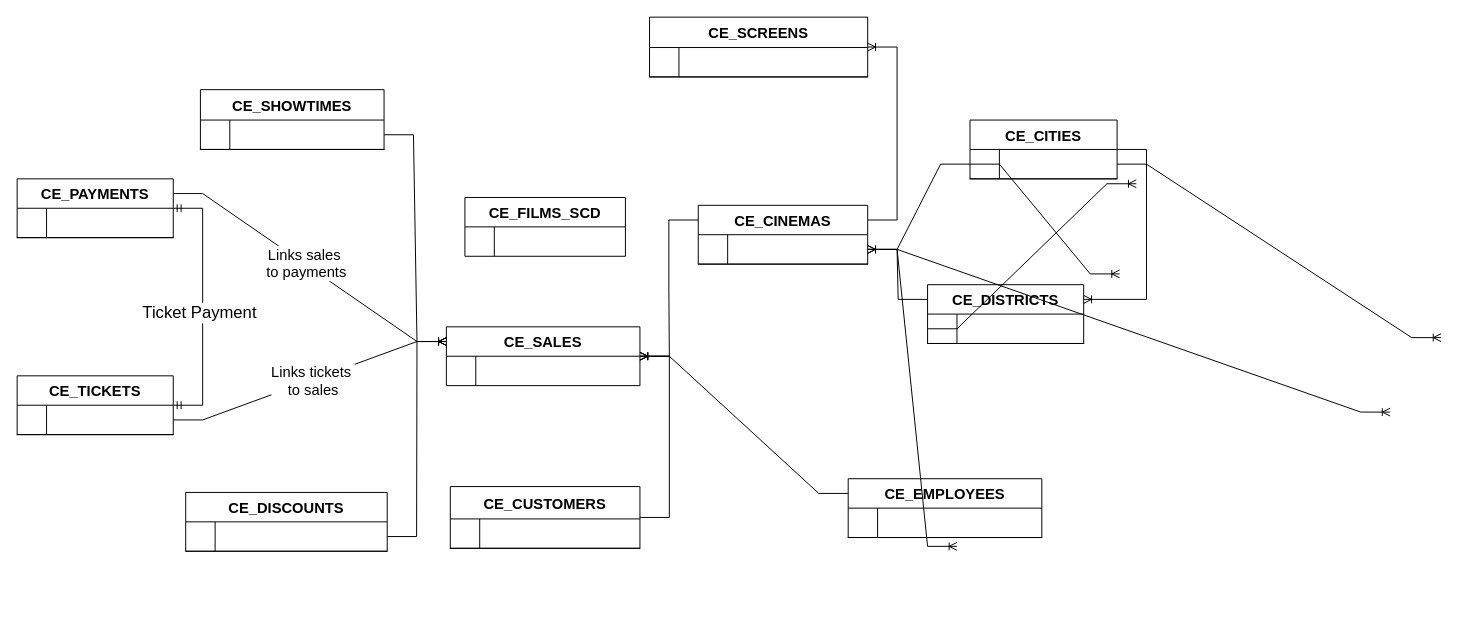
The draw.io diagram Untitled Diagram.drawio in GiorgiEz/DB-modeling, before the edit. Source tidied: cells renumbered, new cells numbered last; positions are measured from the earlier drawing's top-left corner, leaving out a move shared by most shapes. Both pictures are drawn from the tidied source at 98%, with x=0, y=0 at pixel (2, 8).
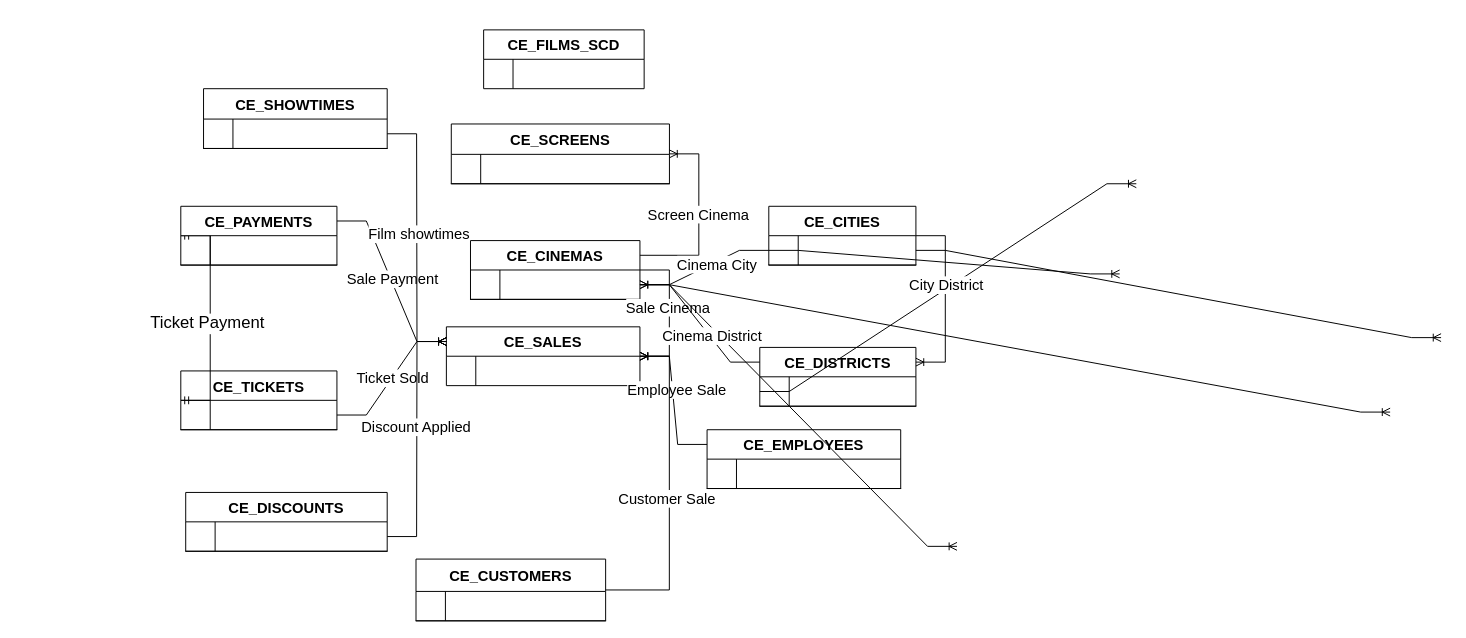
The same page after the edit.

Unchanged cells that the change refers to:
```xml
<mxCell id="7" style="shape=partialRectangle;fillColor=none;points=[[0,0.5],[1,0.5]];portConstraint=eastwest;top=0;left=0;right=0;bottom=1;" parent="6" vertex="1">
  <mxGeometry y="30" width="172.9" height="30" as="geometry" />
</mxCell>
<mxCell id="26" value="CE_SALES" style="shape=table;startSize=30;childLayout=tableLayout;rowLines=0;fontStyle=1;align=center;fontSize=15;" parent="1" vertex="1">
  <mxGeometry x="453" y="325" width="197.5" height="60" as="geometry" />
</mxCell>
<mxCell id="31" style="edgeStyle=entityRelationEdgeStyle;fontSize=12;html=1;endArrow=ERoneToMany;rounded=0;entryX=0;entryY=0.25;entryDx=0;entryDy=0;exitX=1;exitY=0.25;exitDx=0;exitDy=0;" parent="1" edge="1" source="62" target="26">
  <mxGeometry relative="1" as="geometry">
    <Array as="points">
      <mxPoint x="243" y="490" />
      <mxPoint x="307" y="525" />
      <mxPoint x="222" y="498" />
      <mxPoint x="221" y="495" />
    </Array>
  </mxGeometry>
</mxCell>
<mxCell id="33" style="edgeStyle=entityRelationEdgeStyle;fontSize=12;html=1;endArrow=ERoneToMany;rounded=0;exitX=1;exitY=0.5;exitDx=0;exitDy=0;entryX=0;entryY=0.25;entryDx=0;entryDy=0;" parent="1" edge="1" source="15" target="26">
  <mxGeometry relative="1" as="geometry">
    <Array as="points">
      <mxPoint x="253" y="500" />
      <mxPoint x="317" y="535" />
      <mxPoint x="232" y="508" />
      <mxPoint x="231" y="505" />
    </Array>
  </mxGeometry>
</mxCell>
<mxCell id="35" style="edgeStyle=entityRelationEdgeStyle;fontSize=12;html=1;endArrow=ERoneToMany;rounded=0;entryX=0;entryY=0.25;entryDx=0;entryDy=0;exitX=1;exitY=0.5;exitDx=0;exitDy=0;" parent="1" edge="1" source="11" target="26">
  <mxGeometry relative="1" as="geometry">
    <Array as="points">
      <mxPoint x="263" y="510" />
      <mxPoint x="147" y="561" />
      <mxPoint x="327" y="545" />
      <mxPoint x="242" y="518" />
      <mxPoint x="241" y="515" />
    </Array>
  </mxGeometry>
</mxCell>
<mxCell id="36" style="edgeStyle=entityRelationEdgeStyle;fontSize=12;html=1;endArrow=ERoneToMany;rounded=0;exitX=0;exitY=0.25;exitDx=0;exitDy=0;" parent="1" edge="1" source="18" target="26">
  <mxGeometry relative="1" as="geometry">
    <Array as="points">
      <mxPoint x="273" y="520" />
      <mxPoint x="846" y="635" />
      <mxPoint x="832" y="625" />
      <mxPoint x="337" y="555" />
      <mxPoint x="252" y="528" />
      <mxPoint x="251" y="525" />
    </Array>
  </mxGeometry>
</mxCell>
<mxCell id="37" style="edgeStyle=entityRelationEdgeStyle;fontSize=12;html=1;endArrow=ERoneToMany;rounded=0;" parent="1" edge="1" source="22" target="26">
  <mxGeometry relative="1" as="geometry">
    <Array as="points">
      <mxPoint x="283" y="530" />
      <mxPoint x="347" y="565" />
      <mxPoint x="262" y="538" />
      <mxPoint x="261" y="535" />
    </Array>
  </mxGeometry>
</mxCell>
<mxCell id="40" style="shape=partialRectangle;fillColor=none;points=[[0,0.5],[1,0.5]];portConstraint=eastwest;top=0;left=0;right=0;bottom=1;" parent="39" vertex="1">
  <mxGeometry y="30" width="150.1" height="30" as="geometry" />
</mxCell>
<mxCell id="54" style="edgeStyle=entityRelationEdgeStyle;fontSize=12;html=1;endArrow=ERoneToMany;rounded=0;entryX=0;entryY=0.25;entryDx=0;entryDy=0;" parent="1" edge="1" source="49" target="26">
  <mxGeometry relative="1" as="geometry">
    <Array as="points">
      <mxPoint x="253" y="500" />
      <mxPoint x="317" y="531" />
      <mxPoint x="317" y="535" />
      <mxPoint x="232" y="508" />
      <mxPoint x="231" y="505" />
    </Array>
  </mxGeometry>
</mxCell>
<mxCell id="66" style="edgeStyle=entityRelationEdgeStyle;fontSize=12;html=1;endArrow=ERoneToMany;rounded=0;exitX=1;exitY=0.25;exitDx=0;exitDy=0;" parent="1" edge="1" source="6" target="57">
  <mxGeometry relative="1" as="geometry">
    <Array as="points">
      <mxPoint x="243" y="490" />
      <mxPoint x="307" y="525" />
      <mxPoint x="222" y="498" />
      <mxPoint x="221" y="495" />
    </Array>
  </mxGeometry>
</mxCell>
```

What changed in the source:
```diff
@@
     <mxCell id="2" value="CE_FILMS_SCD" style="shape=table;startSize=30;childLayout=tableLayout;rowLines=0;fontStyle=1;align=center;fontSize=15;" parent="1" vertex="1">
-      <mxGeometry x="471.9" y="193" width="163.8" height="60" as="geometry" />
+      <mxGeometry x="491" y="22" width="163.8" height="60" as="geometry" />
     </mxCell>
@@
     <mxCell id="6" value="CE_CINEMAS" style="shape=table;startSize=30;childLayout=tableLayout;rowLines=0;fontStyle=1;align=center;fontSize=15;" parent="1" vertex="1">
-      <mxGeometry x="710" y="201" width="172.9" height="60" as="geometry" />
+      <mxGeometry x="477.6" y="237" width="172.9" height="60" as="geometry" />
     </mxCell>
@@
     <mxCell id="14" value="CE_TICKETS" style="shape=table;startSize=30;childLayout=tableLayout;rowLines=0;fontStyle=1;align=center;fontSize=15;" parent="1" vertex="1">
-      <mxGeometry x="15" y="375" width="159.3" height="60" as="geometry" />
+      <mxGeometry x="182" y="370" width="159.3" height="60" as="geometry" />
     </mxCell>
@@
     <mxCell id="18" value="CE_EMPLOYEES" style="shape=table;startSize=30;childLayout=tableLayout;rowLines=0;fontStyle=1;align=center;fontSize=15;" parent="1" vertex="1">
-      <mxGeometry x="863" y="480" width="197.6" height="60" as="geometry" />
+      <mxGeometry x="719" y="430" width="197.6" height="60" as="geometry" />
     </mxCell>
@@
     <mxCell id="22" value="CE_CUSTOMERS" style="shape=table;startSize=33;childLayout=tableLayout;rowLines=0;fontStyle=1;align=center;fontSize=15;" parent="1" vertex="1">
-      <mxGeometry x="457" y="488" width="193.5" height="63" as="geometry" />
+      <mxGeometry x="422" y="562" width="193.5" height="63" as="geometry" />
     </mxCell>
@@
-    <mxCell id="30" style="edgeStyle=entityRelationEdgeStyle;fontSize=12;html=1;endArrow=ERoneToMany;rounded=0;exitX=0;exitY=0.25;exitDx=0;exitDy=0;" parent="1" edge="1" source="6" target="26">
+    <mxCell id="30" style="edgeStyle=entityRelationEdgeStyle;fontSize=12;html=1;endArrow=ERoneToMany;rounded=0;" parent="1" edge="1" source="6" target="26">
       <mxGeometry relative="1" as="geometry">
         <Array as="points">
           <mxPoint x="233" y="480" />
           <mxPoint x="297" y="515" />
           <mxPoint x="212" y="488" />
           <mxPoint x="211" y="485" />
         </Array>
       </mxGeometry>
     </mxCell>
+    <mxCell id="70" value="&lt;font style=&quot;font-size: 15px;&quot;&gt;Sale Cinema&lt;/font&gt;" style="edgeLabel;html=1;align=center;verticalAlign=middle;" parent="30" vertex="1">
+      <mxGeometry x="-0.11" y="-2" relative="1" as="geometry">
+        <mxPoint y="1" as="offset" />
+      </mxGeometry>
+    </mxCell>
@@
-    <mxCell id="32" value="&lt;font style=&quot;font-size: 15px;&quot;&gt;Links sales&amp;nbsp;&lt;/font&gt;&lt;div&gt;&lt;font style=&quot;font-size: 15px;&quot;&gt;to payments&lt;/font&gt;&lt;/div&gt;" style="edgeLabel;html=1;align=center;verticalAlign=middle;" parent="31" vertex="1">
+    <mxCell id="32" value="&lt;span style=&quot;font-size: 15px;&quot;&gt;Sale Payment&lt;/span&gt;" style="edgeLabel;html=1;align=center;verticalAlign=middle;" parent="31" vertex="1">
       <mxGeometry x="-0.04" y="2" relative="1" as="geometry">
         <mxPoint y="1" as="offset" />
       </mxGeometry>
     </mxCell>
@@
-    <mxCell id="34" value="&lt;font style=&quot;font-size: 15px;&quot;&gt;Links tickets&amp;nbsp;&lt;/font&gt;&lt;div&gt;&lt;font style=&quot;font-size: 15px;&quot;&gt;to sales&lt;/font&gt;&lt;/div&gt;" style="edgeLabel;html=1;align=center;verticalAlign=middle;" parent="33" vertex="1">
+    <mxCell id="34" value="&lt;span style=&quot;font-size: 15px;&quot;&gt;Ticket Sold&lt;/span&gt;" style="edgeLabel;html=1;align=center;verticalAlign=middle;" parent="33" vertex="1">
       <mxGeometry x="0.02" relative="1" as="geometry" />
     </mxCell>
@@
+    <mxCell id="71" value="&lt;font style=&quot;font-size: 15px;&quot;&gt;Discount Applied&lt;/font&gt;" style="edgeLabel;html=1;align=center;verticalAlign=middle;" parent="35" vertex="1">
+      <mxGeometry x="0.1" y="1" relative="1" as="geometry" />
+    </mxCell>
@@
+    <mxCell id="72" value="&lt;font style=&quot;font-size: 15px;&quot;&gt;Employee Sale&lt;/font&gt;" style="edgeLabel;html=1;align=center;verticalAlign=middle;" parent="36" vertex="1">
+      <mxGeometry x="0.14" y="-4" relative="1" as="geometry" />
+    </mxCell>
@@
+    <mxCell id="73" value="&lt;font style=&quot;font-size: 15px;&quot;&gt;Customer Sale&lt;/font&gt;" style="edgeLabel;html=1;align=center;verticalAlign=middle;" parent="37" vertex="1">
+      <mxGeometry x="-0.05" y="3" relative="1" as="geometry">
+        <mxPoint y="-1" as="offset" />
+      </mxGeometry>
+    </mxCell>
@@
     <mxCell id="39" value="CE_CITIES" style="shape=table;startSize=30;childLayout=tableLayout;rowLines=0;fontStyle=1;align=center;fontSize=15;" parent="1" vertex="1">
-      <mxGeometry x="987.3" y="114" width="150.1" height="60" as="geometry" />
+      <mxGeometry x="782" y="202" width="150.1" height="60" as="geometry" />
     </mxCell>
@@
     <mxCell id="43" value="CE_DISTRICTS" style="shape=table;startSize=30;childLayout=tableLayout;rowLines=0;fontStyle=1;align=center;fontSize=15;" parent="1" vertex="1">
-      <mxGeometry x="944" y="282" width="159.3" height="60" as="geometry" />
+      <mxGeometry x="772.8" y="346" width="159.3" height="60" as="geometry" />
     </mxCell>
@@
     <mxCell id="48" value="CE_SHOWTIMES" style="shape=table;startSize=31;childLayout=tableLayout;rowLines=0;fontStyle=1;align=center;fontSize=15;" parent="1" vertex="1">
-      <mxGeometry x="202" y="83" width="187.4" height="61" as="geometry" />
+      <mxGeometry x="205.2" y="82" width="187.4" height="61" as="geometry" />
     </mxCell>
@@
+    <mxCell id="74" value="&lt;font style=&quot;font-size: 15px;&quot;&gt;Film showtimes&lt;/font&gt;" style="edgeLabel;html=1;align=center;verticalAlign=middle;" parent="54" vertex="1">
+      <mxGeometry x="-0.04" y="2" relative="1" as="geometry">
+        <mxPoint y="1" as="offset" />
+      </mxGeometry>
+    </mxCell>
-    <mxCell id="55" style="edgeStyle=entityRelationEdgeStyle;fontSize=12;html=1;endArrow=ERmandOne;startArrow=ERmandOne;rounded=0;" parent="1" edge="1" source="14" target="62">
+    <mxCell id="55" style="edgeStyle=entityRelationEdgeStyle;fontSize=12;html=1;endArrow=ERmandOne;startArrow=ERmandOne;rounded=0;exitX=0;exitY=0.5;exitDx=0;exitDy=0;entryX=0;entryY=0.5;entryDx=0;entryDy=0;" parent="1" edge="1" source="14" target="62">
       <mxGeometry relative="1" as="geometry">
         <Array as="points">
           <mxPoint y="306" />
         </Array>
       </mxGeometry>
     </mxCell>
@@
     <mxCell id="57" value="CE_SCREENS" style="shape=table;startSize=31;childLayout=tableLayout;rowLines=0;fontStyle=1;align=center;fontSize=15;" parent="1" vertex="1">
-      <mxGeometry x="660.3" y="9" width="222.6" height="61" as="geometry" />
+      <mxGeometry x="458" y="118" width="222.6" height="61" as="geometry" />
     </mxCell>
@@
     <mxCell id="62" value="CE_PAYMENTS" style="shape=table;startSize=30;childLayout=tableLayout;rowLines=0;fontStyle=1;align=center;fontSize=15;" parent="1" vertex="1">
-      <mxGeometry x="15" y="174" width="159.3" height="60" as="geometry" />
+      <mxGeometry x="182" y="202" width="159.3" height="60" as="geometry" />
     </mxCell>
@@
+    <mxCell id="75" value="&lt;font style=&quot;font-size: 15px;&quot;&gt;Screen Cinema&lt;/font&gt;" style="edgeLabel;html=1;align=center;verticalAlign=middle;" parent="66" vertex="1">
+      <mxGeometry x="0.05" y="1" relative="1" as="geometry">
+        <mxPoint y="-1" as="offset" />
+      </mxGeometry>
+    </mxCell>
+    <mxCell id="68" style="edgeStyle=entityRelationEdgeStyle;fontSize=12;html=1;endArrow=ERoneToMany;rounded=0;" parent="1" edge="1" source="40" target="7">
+      <mxGeometry relative="1" as="geometry">
+        <Array as="points">
+          <mxPoint x="1281" y="20" />
+          <mxPoint x="263" y="510" />
+          <mxPoint x="327" y="541" />
+          <mxPoint x="327" y="545" />
+          <mxPoint x="242" y="518" />
+          <mxPoint x="241" y="515" />
+        </Array>
+      </mxGeometry>
+    </mxCell>
+    <mxCell id="76" value="&lt;font style=&quot;font-size: 15px;&quot;&gt;Cinema City&lt;/font&gt;" style="edgeLabel;html=1;align=center;verticalAlign=middle;" parent="68" vertex="1">
+      <mxGeometry x="-0.19" y="2" relative="1" as="geometry" />
+    </mxCell>
+    <mxCell id="69" style="edgeStyle=entityRelationEdgeStyle;fontSize=12;html=1;endArrow=ERoneToMany;rounded=0;entryX=1;entryY=0.25;entryDx=0;entryDy=0;" parent="1" edge="1" source="39" target="43">
+      <mxGeometry relative="1" as="geometry">
+        <Array as="points">
+          <mxPoint x="1291" y="30" />
+          <mxPoint x="273" y="520" />
+          <mxPoint x="337" y="551" />
+          <mxPoint x="337" y="555" />
+          <mxPoint x="252" y="528" />
+          <mxPoint x="251" y="525" />
+        </Array>
+      </mxGeometry>
+    </mxCell>
+    <mxCell id="77" value="&lt;font style=&quot;font-size: 15px;&quot;&gt;City District&lt;/font&gt;" style="edgeLabel;html=1;align=center;verticalAlign=middle;" parent="69" vertex="1">
+      <mxGeometry x="-0.16" relative="1" as="geometry" />
+    </mxCell>
-    <mxCell id="67" style="edgeStyle=entityRelationEdgeStyle;fontSize=12;html=1;endArrow=ERoneToMany;rounded=0;entryX=1;entryY=0.5;entryDx=0;entryDy=0;exitX=0;exitY=0.25;exitDx=0;exitDy=0;" parent="1" edge="1" source="43" target="7">
+    <mxCell id="67" style="edgeStyle=entityRelationEdgeStyle;fontSize=12;html=1;endArrow=ERoneToMany;rounded=0;exitX=0;exitY=0.25;exitDx=0;exitDy=0;" parent="1" edge="1" source="43" target="7">
       <mxGeometry relative="1" as="geometry">
         <Array as="points">
-          <mxPoint x="1271" y="10" />
-          <mxPoint x="253" y="500" />
-          <mxPoint x="317" y="531" />
-          <mxPoint x="317" y="535" />
-          <mxPoint x="232" y="508" />
-          <mxPoint x="231" y="505" />
+          <mxPoint x="1291" y="30" />
+          <mxPoint x="273" y="520" />
+          <mxPoint x="337" y="551" />
+          <mxPoint x="337" y="555" />
+          <mxPoint x="252" y="528" />
+          <mxPoint x="251" y="525" />
         </Array>
       </mxGeometry>
     </mxCell>
-    <mxCell id="68" style="edgeStyle=entityRelationEdgeStyle;fontSize=12;html=1;endArrow=ERoneToMany;rounded=0;" parent="1" edge="1" source="40" target="7">
-      <mxGeometry relative="1" as="geometry">
-        <Array as="points">
-          <mxPoint x="1281" y="20" />
-          <mxPoint x="263" y="510" />
-          <mxPoint x="327" y="541" />
-          <mxPoint x="327" y="545" />
-          <mxPoint x="242" y="518" />
-          <mxPoint x="241" y="515" />
-        </Array>
-      </mxGeometry>
-    </mxCell>
-    <mxCell id="69" style="edgeStyle=entityRelationEdgeStyle;fontSize=12;html=1;endArrow=ERoneToMany;rounded=0;entryX=1;entryY=0.25;entryDx=0;entryDy=0;" parent="1" edge="1" source="39" target="43">
-      <mxGeometry relative="1" as="geometry">
-        <Array as="points">
-          <mxPoint x="1291" y="30" />
-          <mxPoint x="273" y="520" />
-          <mxPoint x="337" y="551" />
-          <mxPoint x="337" y="555" />
-          <mxPoint x="252" y="528" />
-          <mxPoint x="251" y="525" />
-        </Array>
-      </mxGeometry>
-    </mxCell>
+    <mxCell id="78" value="&lt;font style=&quot;font-size: 15px;&quot;&gt;Cinema District&lt;/font&gt;" style="edgeLabel;html=1;align=center;verticalAlign=middle;" parent="67" vertex="1">
+      <mxGeometry x="-0.21" y="-2" relative="1" as="geometry" />
+    </mxCell>
```
